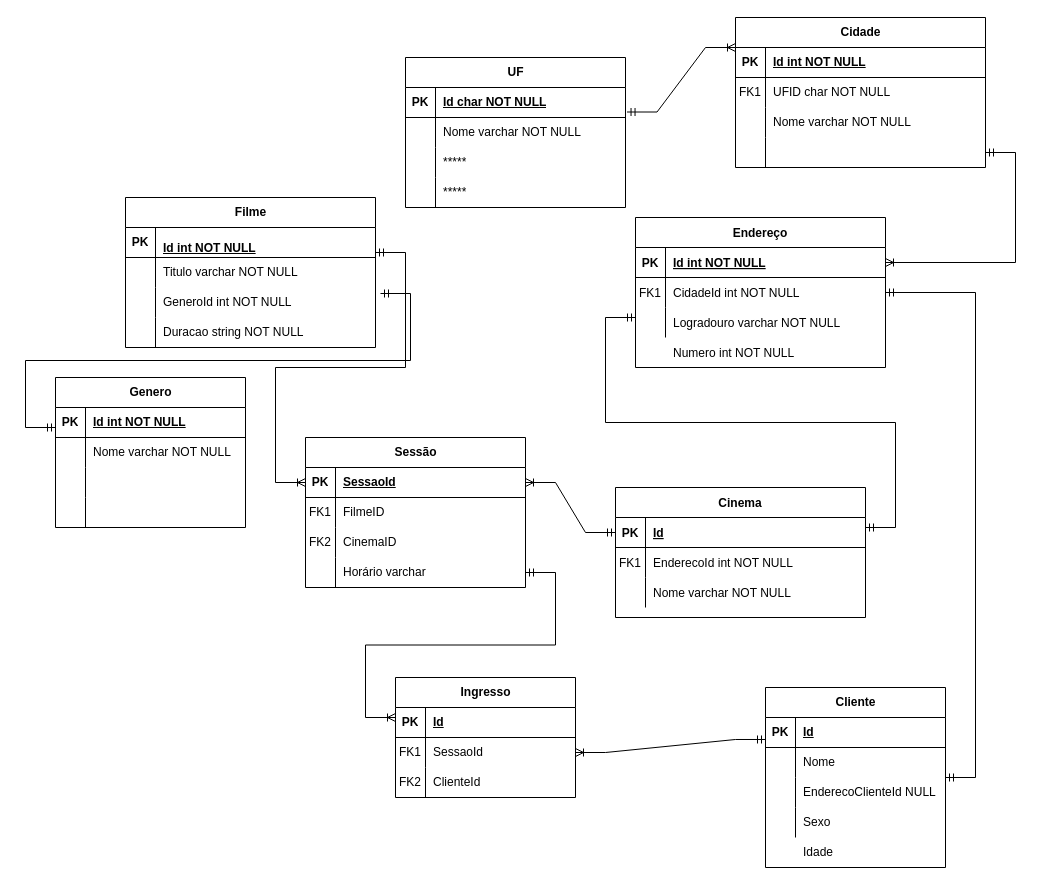
This is diagrama_entidade_relacionamento_cinema.drawio from AmandaPardinho/Web-API, a draw.io file, before an edit. Source tidied: cells renumbered, new cells numbered last; positions are measured from the earlier drawing's top-left corner, leaving out a move shared by most shapes. Both pictures are drawn from the tidied source at 100%, with x=0, y=0 at pixel (-405, 17).
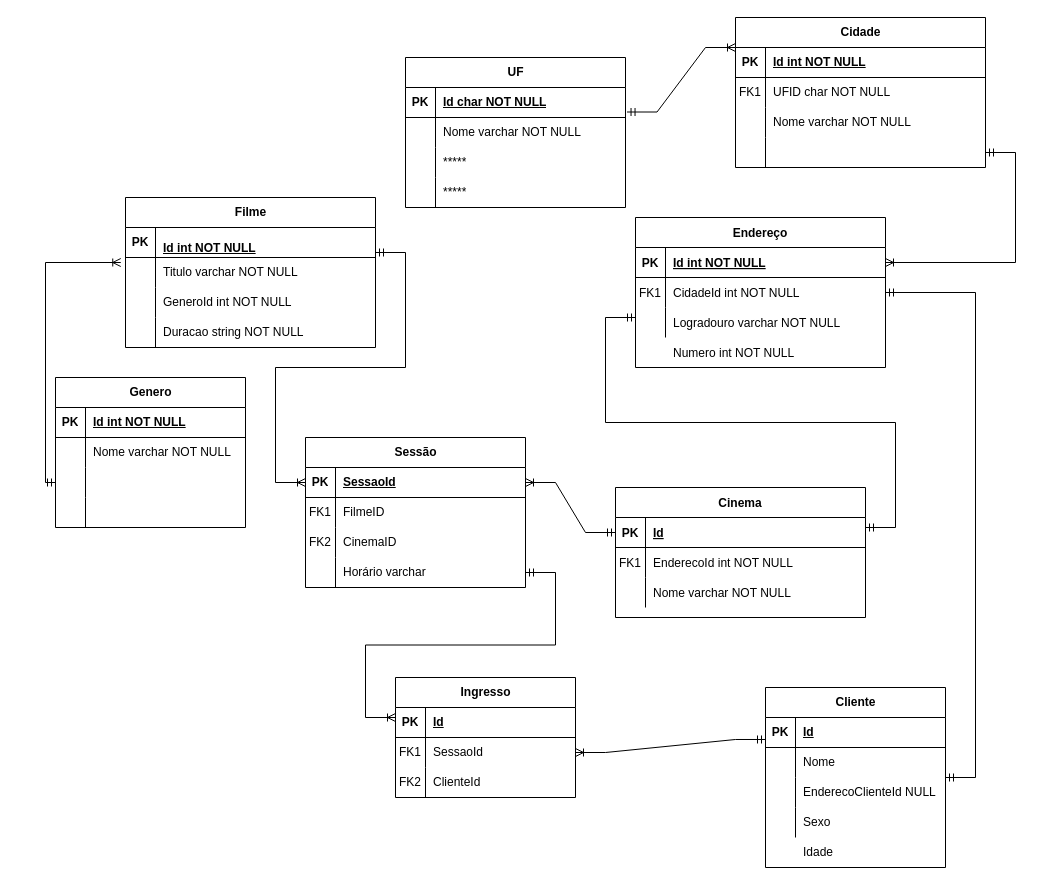
The same diagram, later.

Commit message:
Atualização do diagrama

The change refers to these unchanged cells:
```xml
<mxCell id="65" value="Filme" style="shape=table;startSize=30;childLayout=tableLayout;rowLines=0;fontStyle=1;align=center;html=1;" parent="1" vertex="1">
  <mxGeometry x="530" y="180" width="250" height="150" as="geometry" />
</mxCell>
<mxCell id="69" style="shape=tableRow;horizontal=0;startSize=0;swimlaneHead=0;swimlaneBody=0;fillColor=none;points=[[0,0.5],[1,0.5]];portConstraint=eastwest;top=0;left=0;right=0;bottom=0;" parent="65" vertex="1">
  <mxGeometry y="60" width="250" height="30" as="geometry" />
</mxCell>
<mxCell id="72" style="shape=tableRow;horizontal=0;startSize=0;swimlaneHead=0;swimlaneBody=0;fillColor=none;points=[[0,0.5],[1,0.5]];portConstraint=eastwest;top=0;left=0;right=0;bottom=0;" parent="65" vertex="1">
  <mxGeometry y="90" width="250" height="30" as="geometry" />
</mxCell>
<mxCell id="113" style="shape=tableRow;horizontal=0;startSize=0;swimlaneHead=0;swimlaneBody=0;fillColor=none;points=[[0,0.5],[1,0.5]];portConstraint=eastwest;top=0;left=0;right=0;bottom=0;" parent="106" vertex="1">
  <mxGeometry y="90" width="190" height="30" as="geometry" />
</mxCell>
```

The edit, as a diff of the source:
```diff
@@
-    <mxCell id="78" style="edgeStyle=entityRelationEdgeStyle;fontSize=12;html=1;endArrow=ERmandOne;startArrow=ERmandOne;rounded=0;exitX=1.02;exitY=0.2;exitDx=0;exitDy=0;entryX=-0.016;entryY=0.733;entryDx=0;entryDy=0;exitPerimeter=0;entryPerimeter=0;" parent="65" edge="1" source="72">
-      <mxGeometry relative="1" as="geometry">
-        <mxPoint x="-70" y="230" as="targetPoint" />
-        <Array as="points">
-          <mxPoint x="-160" y="140" />
-          <mxPoint x="-170" y="145" />
-        </Array>
-      </mxGeometry>
-    </mxCell>
@@
+    <mxCell id="121" style="edgeStyle=orthogonalEdgeStyle;fontSize=12;html=1;endArrow=ERoneToMany;startArrow=ERmandOne;rounded=0;entryX=-0.019;entryY=0.167;entryDx=0;entryDy=0;elbow=vertical;entryPerimeter=0;exitX=0;exitY=0.5;exitDx=0;exitDy=0;sourcePerimeterSpacing=0;" parent="1" edge="1" source="113" target="69">
+      <mxGeometry relative="1" as="geometry" />
+    </mxCell>
```
